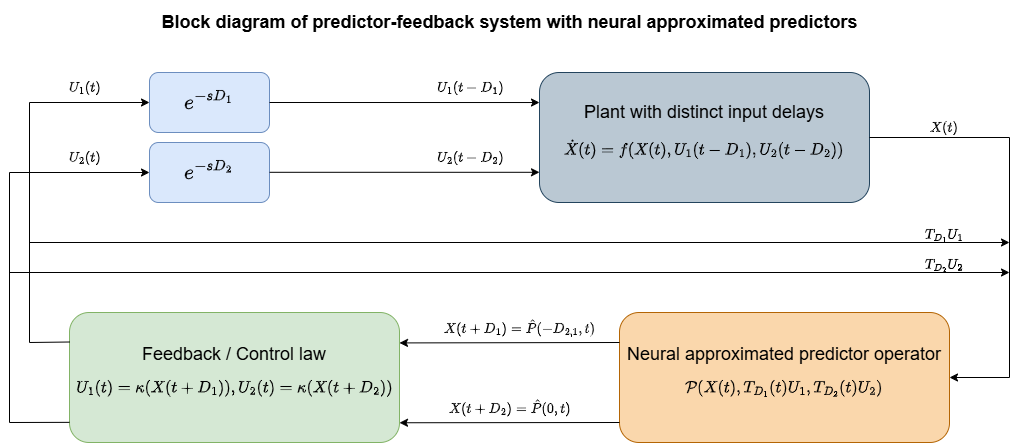
FilipBajraktari/Multi-Input-Predictor-Feedback-Control keeps this draw.io diagram as media/Multi-Input-Predictor-Feedback.png. Above is the earlier version. Source tidied: cells renumbered, new cells last; positions are measured from the earlier drawing's top-left corner, leaving out a move shared by most shapes.
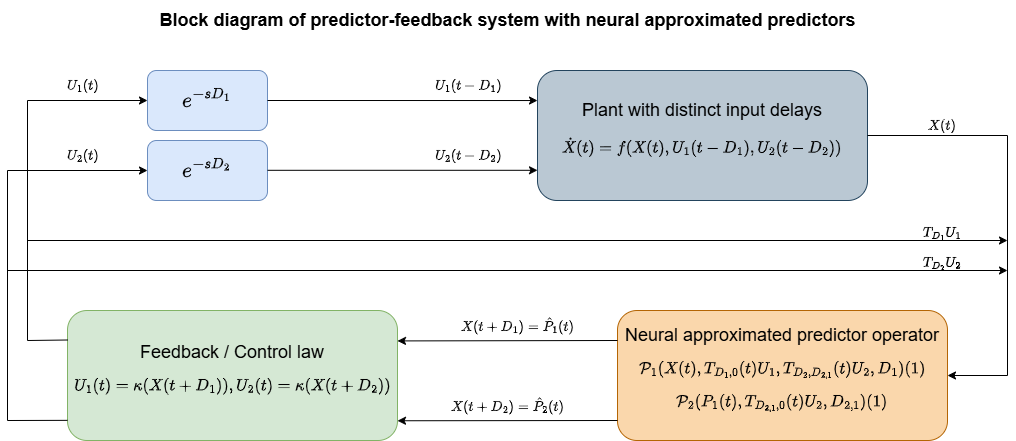
Later version of the same file.

Diff of the diagram source:
```diff
@@ -20,7 +20,7 @@
         <mxPoint x="530" y="169.8" as="targetPoint" />
       </mxGeometry>
     </mxCell>
-    <mxCell id="7" value="&lt;div&gt;&lt;font style=&quot;font-size: 18px;&quot;&gt;Neural approximated predictor operator&lt;/font&gt;&lt;/div&gt;&lt;div&gt;&lt;font style=&quot;font-size: 14px;&quot;&gt;$$\mathcal{P}(X(t),T_{D_1}(t)U_1, T_{D_2}(t)U_2)$$&lt;/font&gt;&lt;/div&gt;" style="rounded=1;whiteSpace=wrap;html=1;fillColor=#fad7ac;strokeColor=#b46504;" parent="1" vertex="1">
+    <mxCell id="7" value="&lt;div&gt;&lt;font style=&quot;font-size: 18px;&quot;&gt;Neural approximated predictor operator&lt;/font&gt;&lt;/div&gt;&lt;div&gt;&lt;font style=&quot;font-size: 14px;&quot;&gt;$$\mathcal{P}_1(X(t), T_{D_1,0}(t)U_1, T_{D_2,D_{2,1}}(t)U_2, D_1)(1)$$ $$\mathcal{P}_2(P_1(t), T_{D_{2,1},0}(t)U_2, D_{2,1})(1)$$&lt;/font&gt;&lt;/div&gt;" style="rounded=1;whiteSpace=wrap;html=1;fillColor=#fad7ac;strokeColor=#b46504;" parent="1" vertex="1">
       <mxGeometry x="610" y="310" width="330" height="130" as="geometry" />
     </mxCell>
     <mxCell id="8" value="&lt;div&gt;&lt;font style=&quot;font-size: 18px;&quot;&gt;Feedback / Control law&lt;/font&gt;&lt;/div&gt;&lt;div&gt;&lt;font style=&quot;font-size: 14px;&quot;&gt;$$U_1(t)=\kappa(X(t+D_1)), U_2(t)=\kappa(X(t+D_2))$$&lt;/font&gt;&lt;/div&gt;" style="rounded=1;whiteSpace=wrap;html=1;fillColor=#d5e8d4;strokeColor=#82b366;" parent="1" vertex="1">
@@ -38,11 +38,11 @@
         <mxPoint x="390" y="340.4" as="targetPoint" />
       </mxGeometry>
     </mxCell>
-    <mxCell id="11" value="&lt;span style=&quot;text-wrap-mode: wrap;&quot;&gt;&lt;font&gt;$$X(t+D_1)=\hat{P}(-D_{2,1},t)$$&lt;/font&gt;&lt;/span&gt;" style="text;html=1;align=center;verticalAlign=middle;strokeColor=none;fillColor=none;" parent="1" vertex="1">
-      <mxGeometry x="410" y="310" width="200" height="30" as="geometry" />
+    <mxCell id="11" value="&lt;span style=&quot;text-wrap-mode: wrap;&quot;&gt;&lt;font&gt;$$X(t+D_1)=\hat{P}_1(t)$$&lt;/font&gt;&lt;/span&gt;" style="text;html=1;align=center;verticalAlign=middle;strokeColor=none;fillColor=none;" parent="1" vertex="1">
+      <mxGeometry x="425" y="310" width="170" height="30" as="geometry" />
     </mxCell>
-    <mxCell id="12" value="&lt;span style=&quot;text-wrap-mode: wrap;&quot;&gt;&lt;font&gt;$$X(t+D_2)=\hat{P}(0,t)$$&lt;/font&gt;&lt;/span&gt;" style="text;html=1;align=center;verticalAlign=middle;strokeColor=none;fillColor=none;" parent="1" vertex="1">
-      <mxGeometry x="420" y="390" width="160" height="30" as="geometry" />
+    <mxCell id="12" value="&lt;span style=&quot;text-wrap-mode: wrap;&quot;&gt;&lt;font&gt;$$X(t+D_2)=\hat{P}_2(t)$$&lt;/font&gt;&lt;/span&gt;" style="text;html=1;align=center;verticalAlign=middle;strokeColor=none;fillColor=none;" parent="1" vertex="1">
+      <mxGeometry x="415" y="390" width="170" height="30" as="geometry" />
     </mxCell>
     <mxCell id="13" style="endArrow=classic;html=1;rounded=0;exitX=1;exitY=0.5;exitDx=0;exitDy=0;entryX=1;entryY=0.5;entryDx=0;entryDy=0;" parent="1" edge="1" source="4" target="7">
       <mxGeometry relative="1" as="geometry">
```
